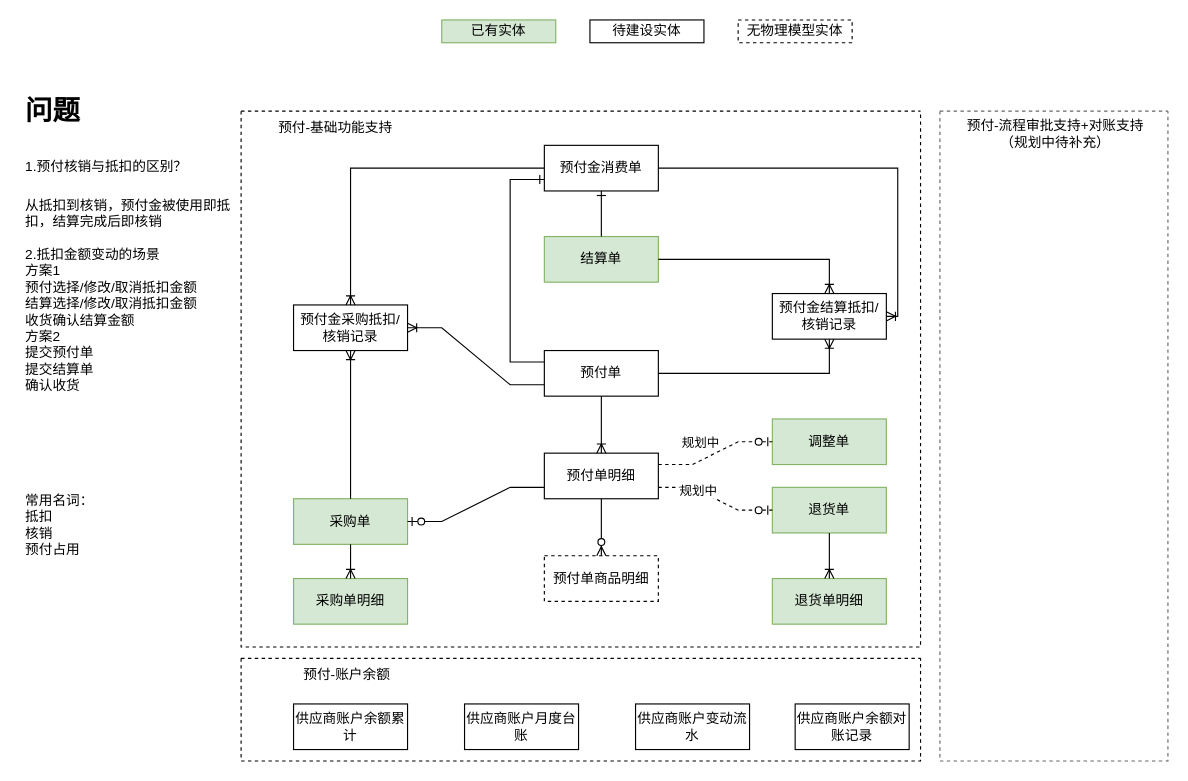
Earlier version of the draw.io diagram page "ERD" (1 of 2) of 预付模型.drawio (clinkz/whatgithubis). Source tidied: cells renumbered, new cells numbered last; positions are measured from the earlier drawing's top-left corner, leaving out a move shared by most shapes. Both pictures are drawn from the tidied source at 114%, with x=0, y=0 at pixel (19, 19).
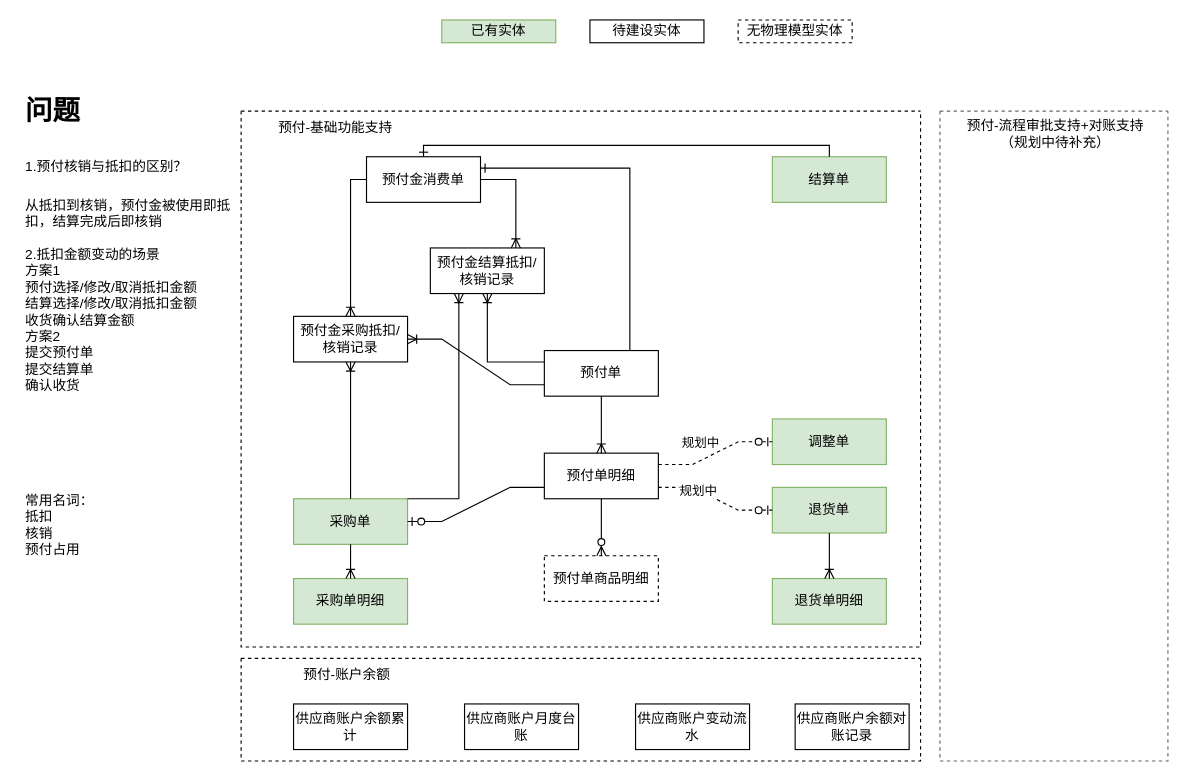
Above is the later version.

The change refers to these unchanged cells:
```xml
<mxCell id="6" style="swimlane;startSize=0;dashed=1;" parent="1" vertex="1">
  <mxGeometry x="194" y="80" width="596" height="470" as="geometry" />
</mxCell>
<mxCell id="7" value="预付单" style="whiteSpace=wrap;html=1;align=center;" parent="6" vertex="1">
  <mxGeometry x="266" y="210" width="100" height="40" as="geometry" />
</mxCell>
<mxCell id="12" value="采购单" style="whiteSpace=wrap;html=1;align=center;fillColor=#d5e8d4;strokeColor=#82b366;" parent="6" vertex="1">
  <mxGeometry x="46" y="340" width="100" height="40" as="geometry" />
</mxCell>
```

The edit, as a diff of the source:
```diff
@@
     <mxCell id="10" value="预付金采购抵扣/核销记录" style="whiteSpace=wrap;html=1;align=center;" parent="6" vertex="1">
-      <mxGeometry x="46" y="170" width="100" height="40" as="geometry" />
+      <mxGeometry x="46" y="180" width="100" height="40" as="geometry" />
     </mxCell>
     <mxCell id="11" value="结算单" style="whiteSpace=wrap;html=1;align=center;fillColor=#d5e8d4;strokeColor=#82b366;" parent="6" vertex="1">
-      <mxGeometry x="266" y="110" width="100" height="40" as="geometry" />
+      <mxGeometry x="466" y="40" width="100" height="40" as="geometry" />
     </mxCell>
@@
     <mxCell id="27" value="预付金结算抵扣/核销记录" style="whiteSpace=wrap;html=1;align=center;" parent="6" vertex="1">
-      <mxGeometry x="466" y="160" width="100" height="40" as="geometry" />
+      <mxGeometry x="166" y="120" width="100" height="40" as="geometry" />
     </mxCell>
-    <mxCell id="28" style="edgeStyle=orthogonalEdgeStyle;fontSize=12;html=1;endArrow=ERoneToMany;rounded=0;exitX=1;exitY=0.5;exitDx=0;exitDy=0;" parent="6" edge="1" source="7" target="27">
+    <mxCell id="28" style="edgeStyle=orthogonalEdgeStyle;fontSize=12;html=1;endArrow=ERoneToMany;rounded=0;exitX=0;exitY=0.25;exitDx=0;exitDy=0;" parent="6" edge="1" source="7" target="27">
       <mxGeometry relative="1" as="geometry" />
     </mxCell>
@@
-    <mxCell id="30" style="edgeStyle=orthogonalEdgeStyle;fontSize=12;html=1;endArrow=ERoneToMany;rounded=0;exitX=1;exitY=0.5;exitDx=0;exitDy=0;entryX=0.5;entryY=0;entryDx=0;entryDy=0;" parent="6" edge="1" source="11" target="27">
-      <mxGeometry relative="1" as="geometry" />
+    <mxCell id="30" style="edgeStyle=orthogonalEdgeStyle;fontSize=12;html=1;endArrow=ERoneToMany;rounded=0;exitX=1;exitY=0;exitDx=0;exitDy=0;entryX=0.25;entryY=1;entryDx=0;entryDy=0;" parent="6" edge="1" source="12" target="27">
+      <mxGeometry relative="1" as="geometry">
+        <Array as="points">
+          <mxPoint x="191" y="340" />
+        </Array>
+      </mxGeometry>
     </mxCell>
     <mxCell id="31" value="预付金消费单" style="whiteSpace=wrap;html=1;align=center;" parent="6" vertex="1">
-      <mxGeometry x="266" y="30" width="100" height="40" as="geometry" />
+      <mxGeometry x="110" y="40" width="100" height="40" as="geometry" />
     </mxCell>
@@
-    <mxCell id="33" style="edgeStyle=orthogonalEdgeStyle;fontSize=12;html=1;endArrow=ERoneToMany;rounded=0;exitX=1;exitY=0.5;exitDx=0;exitDy=0;entryX=1;entryY=0.5;entryDx=0;entryDy=0;" parent="6" edge="1" source="31" target="27">
+    <mxCell id="33" style="edgeStyle=orthogonalEdgeStyle;fontSize=12;html=1;endArrow=ERoneToMany;rounded=0;exitX=1;exitY=0.5;exitDx=0;exitDy=0;entryX=0.75;entryY=0;entryDx=0;entryDy=0;" parent="6" edge="1" source="31" target="27">
       <mxGeometry relative="1" as="geometry" />
     </mxCell>
-    <mxCell id="34" style="edgeStyle=orthogonalEdgeStyle;fontSize=12;html=1;endArrow=ERone;endFill=1;rounded=0;entryX=0;entryY=0.75;entryDx=0;entryDy=0;exitX=0;exitY=0.25;exitDx=0;exitDy=0;" parent="6" edge="1" source="7" target="31">
-      <mxGeometry relative="1" as="geometry">
-        <Array as="points">
-          <mxPoint x="236" y="220" />
-          <mxPoint x="236" y="60" />
-        </Array>
-      </mxGeometry>
+    <mxCell id="34" style="edgeStyle=orthogonalEdgeStyle;fontSize=12;html=1;endArrow=ERone;endFill=1;rounded=0;entryX=1;entryY=0.25;entryDx=0;entryDy=0;exitX=0.75;exitY=0;exitDx=0;exitDy=0;" parent="6" edge="1" source="7" target="31">
+      <mxGeometry relative="1" as="geometry" />
     </mxCell>
-    <mxCell id="35" style="edgeStyle=orthogonalEdgeStyle;fontSize=12;html=1;endArrow=ERone;endFill=1;rounded=0;entryX=0.5;entryY=1;entryDx=0;entryDy=0;exitX=0.5;exitY=0;exitDx=0;exitDy=0;" parent="6" edge="1" source="11" target="31">
+    <mxCell id="35" style="edgeStyle=orthogonalEdgeStyle;fontSize=12;html=1;endArrow=ERone;endFill=1;rounded=0;entryX=0.5;entryY=0;entryDx=0;entryDy=0;exitX=0.5;exitY=0;exitDx=0;exitDy=0;" parent="6" edge="1" source="11" target="31">
       <mxGeometry relative="1" as="geometry" />
     </mxCell>
```
